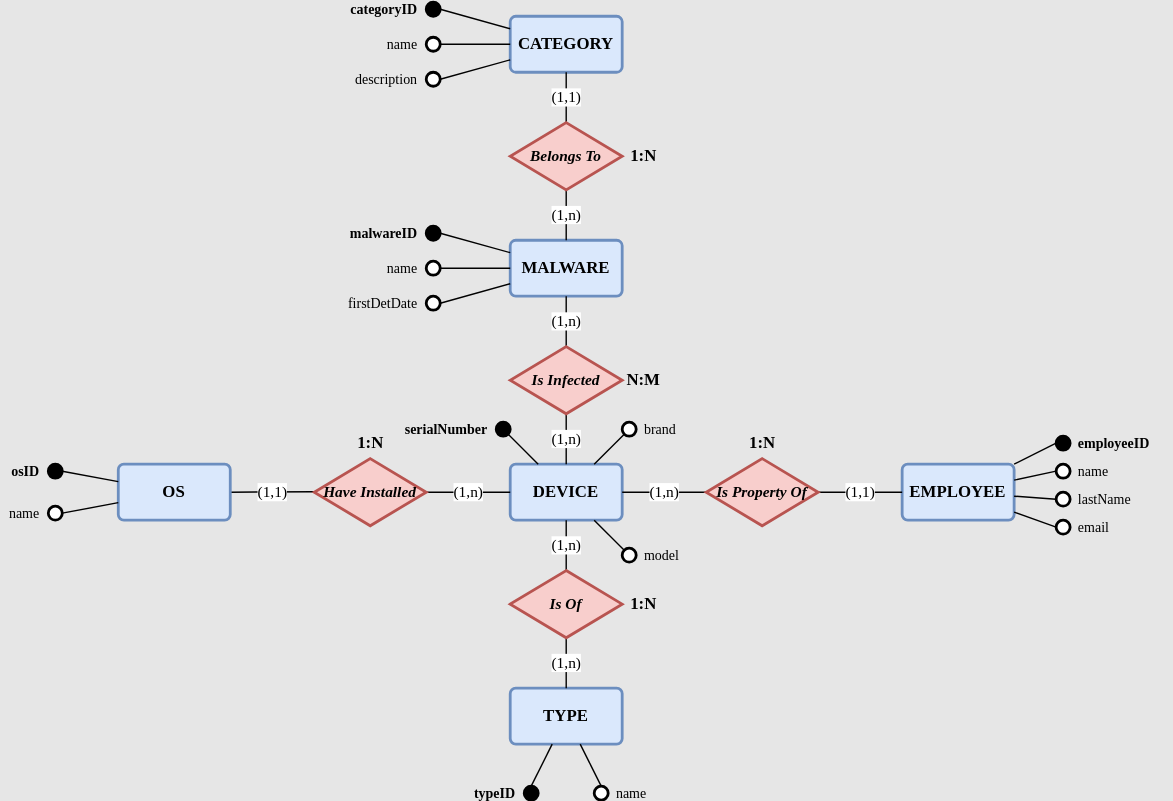
Earlier version of the draw.io export diagrams/E_R_model.drawio.svg (fco-veragua/managtInfDev). Source tidied: cells renumbered, new cells last; positions are measured from the earlier drawing's top-left corner, leaving out a move shared by most shapes. The source it was exported from:
```xml
<mxGraphModel background="#E6E6E6">
  <root>
    <mxCell id="0" />
    <mxCell id="1" parent="0" />
    <mxCell id="2" value="DEVICE" style="strokeWidth=2;rounded=1;arcSize=10;html=1;align=center;fontSize=12;shadow=0;glass=0;comic=0;fillColor=#dae8fc;whiteSpace=wrap;fontFamily=Verdana;strokeColor=#6c8ebf;fontStyle=1;" parent="1" vertex="1">
      <mxGeometry x="330" y="330" width="80" height="40" as="geometry" />
    </mxCell>
    <mxCell id="3" value="MALWARE" style="strokeWidth=2;rounded=1;arcSize=10;html=1;align=center;fontSize=12;shadow=0;glass=0;comic=0;fillColor=#dae8fc;whiteSpace=wrap;fontFamily=Verdana;strokeColor=#6c8ebf;fontStyle=1;" parent="1" vertex="1">
      <mxGeometry x="330" y="170" width="80" height="40" as="geometry" />
    </mxCell>
    <mxCell id="4" value="TYPE" style="strokeWidth=2;rounded=1;arcSize=10;html=1;align=center;fontSize=12;shadow=0;glass=0;comic=0;fillColor=#dae8fc;whiteSpace=wrap;fontFamily=Verdana;strokeColor=#6c8ebf;fontStyle=1;" parent="1" vertex="1">
      <mxGeometry x="330" y="490" width="80" height="40" as="geometry" />
    </mxCell>
    <mxCell id="5" value="(1,1)" style="edgeStyle=none;rounded=0;jettySize=auto;html=1;exitX=1;exitY=0.5;exitDx=0;exitDy=0;fontFamily=Verdana;endArrow=none;endFill=0;" parent="1" edge="1" source="6" target="14">
      <mxGeometry relative="1" as="geometry" />
    </mxCell>
    <mxCell id="6" value="OS" style="strokeWidth=2;rounded=1;arcSize=10;html=1;align=center;fontSize=12;shadow=0;glass=0;comic=0;fillColor=#dae8fc;whiteSpace=wrap;fontFamily=Verdana;strokeColor=#6c8ebf;fontStyle=1;" parent="1" vertex="1">
      <mxGeometry x="50" y="330" width="80" height="40" as="geometry" />
    </mxCell>
    <mxCell id="7" value="(1,n)" style="rounded=0;jettySize=auto;html=1;exitX=0.5;exitY=-0.1;exitDx=0;exitDy=0;exitPerimeter=0;fontFamily=Verdana;endArrow=none;endFill=0;" parent="1" edge="1" source="9" target="3">
      <mxGeometry relative="1" as="geometry" />
    </mxCell>
    <mxCell id="8" value="(1,n)" style="edgeStyle=none;rounded=0;jettySize=auto;html=1;fontFamily=Verdana;endArrow=none;endFill=0;" parent="1" edge="1" source="9" target="2">
      <mxGeometry relative="1" as="geometry" />
    </mxCell>
    <mxCell id="9" value="Is Infected" style="shape=(stored shape, 320 characters);whiteSpace=wrap;html=1;strokeWidth=2;fontSize=11;snapToPoint=1;fontFamily=Verdana;fontStyle=3;fillColor=#f8cecc;strokeColor=#b85450;" parent="1" vertex="1">
      <mxGeometry x="330" y="250" width="80" height="40" as="geometry" />
    </mxCell>
    <mxCell id="10" value="(1,n)" style="edgeStyle=none;rounded=0;jettySize=auto;html=1;exitX=0.5;exitY=-0.1;exitDx=0;exitDy=0;exitPerimeter=0;fontFamily=Verdana;endArrow=none;endFill=0;" parent="1" edge="1" source="12" target="2">
      <mxGeometry relative="1" as="geometry" />
    </mxCell>
    <mxCell id="11" value="(1,n)" style="edgeStyle=none;rounded=0;jettySize=auto;html=1;exitX=0.5;exitY=1.1;exitDx=0;exitDy=0;exitPerimeter=0;fontFamily=Verdana;endArrow=none;endFill=0;" parent="1" edge="1" source="12" target="4">
      <mxGeometry relative="1" as="geometry" />
    </mxCell>
    <mxCell id="12" value="Is Of" style="shape=(stored shape, 320 characters);whiteSpace=wrap;html=1;strokeWidth=2;fontSize=11;snapToPoint=1;fontFamily=Verdana;fontStyle=3;fillColor=#f8cecc;strokeColor=#b85450;" parent="1" vertex="1">
      <mxGeometry x="330" y="410" width="80" height="40" as="geometry" />
    </mxCell>
    <mxCell id="13" value="(1,n)" style="edgeStyle=none;rounded=0;jettySize=auto;html=1;exitX=1;exitY=0.5;exitDx=0;exitDy=0;exitPerimeter=0;fontFamily=Verdana;endArrow=none;endFill=0;" parent="1" edge="1" source="14" target="2">
      <mxGeometry relative="1" as="geometry" />
    </mxCell>
    <mxCell id="14" value="Have Installed" style="shape=(stored shape, 320 characters);whiteSpace=wrap;html=1;strokeWidth=2;fontSize=11;snapToPoint=1;fontFamily=Verdana;fillColor=#f8cecc;strokeColor=#b85450;fontStyle=3;" parent="1" vertex="1">
      <mxGeometry x="190" y="330" width="80" height="40" as="geometry" />
    </mxCell>
    <mxCell id="15" style="edgeStyle=none;rounded=0;jettySize=auto;html=1;exitX=1;exitY=1;exitDx=0;exitDy=0;fontFamily=Verdana;endArrow=none;endFill=0;" parent="1" edge="1" source="16" target="2">
      <mxGeometry relative="1" as="geometry" />
    </mxCell>
    <mxCell id="16" value="&lt;div style=&quot;text-align: left ; font-size: 10px&quot;&gt;serialNumber&lt;/div&gt;" style="ellipse;whiteSpace=wrap;html=1;align=right;spacingLeft=0;fillColor=#000000;shadow=0;glass=0;comic=1;verticalAlign=middle;horizontal=1;strokeWidth=2;fontSize=10;spacingRight=14;fontFamily=Verdana;fontStyle=1;" parent="1" vertex="1">
      <mxGeometry x="320" y="300" width="10" height="10" as="geometry" />
    </mxCell>
    <mxCell id="17" value="EMPLOYEE" style="strokeWidth=2;rounded=1;arcSize=10;html=1;align=center;fontSize=12;shadow=0;glass=0;comic=0;fillColor=#dae8fc;whiteSpace=wrap;fontFamily=Verdana;strokeColor=#6c8ebf;fontStyle=1;" parent="1" vertex="1">
      <mxGeometry x="610" y="330" width="80" height="40" as="geometry" />
    </mxCell>
    <mxCell id="18" value="(1,n)" style="edgeStyle=none;rounded=0;jettySize=auto;html=1;exitX=0;exitY=0.5;exitDx=0;exitDy=0;exitPerimeter=0;fontFamily=Verdana;endArrow=none;endFill=0;" parent="1" edge="1" source="20" target="2">
      <mxGeometry relative="1" as="geometry" />
    </mxCell>
    <mxCell id="19" value="(1,1)" style="edgeStyle=none;rounded=0;jettySize=auto;html=1;exitX=1;exitY=0.5;exitDx=0;exitDy=0;exitPerimeter=0;fontFamily=Verdana;endArrow=none;endFill=0;" parent="1" edge="1" source="20" target="17">
      <mxGeometry relative="1" as="geometry" />
    </mxCell>
    <mxCell id="20" value="Is Property Of" style="shape=(stored shape, 320 characters);whiteSpace=wrap;html=1;strokeWidth=2;fontSize=11;snapToPoint=1;fontFamily=Verdana;fontStyle=3;fillColor=#f8cecc;strokeColor=#b85450;" parent="1" vertex="1">
      <mxGeometry x="470" y="330" width="80" height="40" as="geometry" />
    </mxCell>
    <mxCell id="21" style="edgeStyle=none;rounded=0;jettySize=auto;html=1;exitX=0;exitY=1;exitDx=0;exitDy=0;fontFamily=Verdana;endArrow=none;endFill=0;" parent="1" edge="1" source="22" target="2">
      <mxGeometry relative="1" as="geometry" />
    </mxCell>
    <mxCell id="22" value="&lt;div style=&quot;text-align: left; font-size: 10px;&quot;&gt;&lt;span style=&quot;font-size: 10px;&quot;&gt;brand&lt;/span&gt;&lt;/div&gt;" style="ellipse;whiteSpace=wrap;html=1;align=left;spacingLeft=14;shadow=0;glass=0;comic=1;fillColor=#ffffff;verticalAlign=middle;horizontal=1;strokeWidth=2;fontSize=10;fontFamily=Verdana;fontStyle=0;" parent="1" vertex="1">
      <mxGeometry x="410" y="300" width="10" height="10" as="geometry" />
    </mxCell>
    <mxCell id="23" style="edgeStyle=none;rounded=0;jettySize=auto;html=1;exitX=0;exitY=0;exitDx=0;exitDy=0;fontFamily=Verdana;endArrow=none;endFill=0;" parent="1" edge="1" source="24" target="2">
      <mxGeometry relative="1" as="geometry" />
    </mxCell>
    <mxCell id="24" value="&lt;div style=&quot;text-align: left; font-size: 10px;&quot;&gt;&lt;span style=&quot;font-size: 10px;&quot;&gt;model&lt;/span&gt;&lt;/div&gt;" style="ellipse;whiteSpace=wrap;html=1;align=left;spacingLeft=14;shadow=0;glass=0;comic=1;fillColor=#ffffff;verticalAlign=middle;horizontal=1;strokeWidth=2;fontSize=10;fontFamily=Verdana;" parent="1" vertex="1">
      <mxGeometry x="410" y="390" width="10" height="10" as="geometry" />
    </mxCell>
    <mxCell id="25" value="CATEGORY" style="strokeWidth=2;rounded=1;arcSize=10;html=1;align=center;fontSize=12;shadow=0;glass=0;comic=0;fillColor=#dae8fc;whiteSpace=wrap;fontFamily=Verdana;strokeColor=#6c8ebf;fontStyle=1;" parent="1" vertex="1">
      <mxGeometry x="330" y="10" width="80" height="40" as="geometry" />
    </mxCell>
    <mxCell id="26" value="(1,n)" style="edgeStyle=none;rounded=0;jettySize=auto;html=1;exitX=0.5;exitY=1.1;exitDx=0;exitDy=0;exitPerimeter=0;fontFamily=Verdana;endArrow=none;endFill=0;" parent="1" edge="1" source="28" target="3">
      <mxGeometry relative="1" as="geometry" />
    </mxCell>
    <mxCell id="27" value="(1,1)" style="edgeStyle=none;rounded=0;jettySize=auto;html=1;exitX=0.5;exitY=-0.1;exitDx=0;exitDy=0;exitPerimeter=0;fontFamily=Verdana;endArrow=none;endFill=0;" parent="1" edge="1" source="28" target="25">
      <mxGeometry relative="1" as="geometry" />
    </mxCell>
    <mxCell id="28" value="Belongs To" style="shape=(stored shape, 320 characters);whiteSpace=wrap;html=1;strokeWidth=2;fontSize=11;snapToPoint=1;fontFamily=Verdana;fontStyle=3;fillColor=#f8cecc;strokeColor=#b85450;" parent="1" vertex="1">
      <mxGeometry x="330" y="90" width="80" height="40" as="geometry" />
    </mxCell>
    <mxCell id="29" style="edgeStyle=none;rounded=0;jettySize=auto;html=1;exitX=0.5;exitY=0;exitDx=0;exitDy=0;fontFamily=Verdana;endArrow=none;endFill=0;" parent="1" edge="1" source="30" target="4">
      <mxGeometry relative="1" as="geometry" />
    </mxCell>
    <mxCell id="30" value="&lt;div style=&quot;text-align: left ; font-size: 10px&quot;&gt;typeID&lt;/div&gt;" style="ellipse;whiteSpace=wrap;html=1;align=right;spacingLeft=0;fillColor=#000000;shadow=0;glass=0;comic=1;verticalAlign=middle;horizontal=1;strokeWidth=2;fontSize=10;spacingRight=14;fontFamily=Verdana;fontStyle=1;" parent="1" vertex="1">
      <mxGeometry x="340" y="560" width="10" height="10" as="geometry" />
    </mxCell>
    <mxCell id="31" style="edgeStyle=none;rounded=0;jettySize=auto;html=1;exitX=0.5;exitY=0;exitDx=0;exitDy=0;fontFamily=Verdana;endArrow=none;endFill=0;" parent="1" edge="1" source="32" target="4">
      <mxGeometry relative="1" as="geometry" />
    </mxCell>
    <mxCell id="32" value="&lt;div style=&quot;text-align: left; font-size: 10px;&quot;&gt;name&lt;/div&gt;" style="ellipse;whiteSpace=wrap;html=1;align=left;spacingLeft=14;shadow=0;glass=0;comic=1;fillColor=#ffffff;verticalAlign=middle;horizontal=1;strokeWidth=2;fontSize=10;fontFamily=Verdana;" parent="1" vertex="1">
      <mxGeometry x="390" y="560" width="10" height="10" as="geometry" />
    </mxCell>
    <mxCell id="33" style="edgeStyle=none;rounded=0;jettySize=auto;html=1;exitX=1;exitY=0.5;exitDx=0;exitDy=0;fontFamily=Verdana;endArrow=none;endFill=0;" parent="1" edge="1" source="34" target="6">
      <mxGeometry relative="1" as="geometry" />
    </mxCell>
    <mxCell id="34" value="&lt;div style=&quot;text-align: left ; font-size: 10px&quot;&gt;osID&lt;/div&gt;" style="ellipse;whiteSpace=wrap;html=1;align=right;spacingLeft=0;fillColor=#000000;shadow=0;glass=0;comic=1;verticalAlign=middle;horizontal=1;strokeWidth=2;fontSize=10;spacingRight=14;fontFamily=Verdana;fontStyle=1;" parent="1" vertex="1">
      <mxGeometry y="330" width="10" height="10" as="geometry" />
    </mxCell>
    <mxCell id="35" style="edgeStyle=none;rounded=0;jettySize=auto;html=1;exitX=1;exitY=0.5;exitDx=0;exitDy=0;fontFamily=Verdana;endArrow=none;endFill=0;" parent="1" edge="1" source="36" target="6">
      <mxGeometry relative="1" as="geometry" />
    </mxCell>
    <mxCell id="36" value="&lt;div style=&quot;text-align: left; font-size: 10px;&quot;&gt;&lt;span style=&quot;font-size: 10px;&quot;&gt;name&lt;/span&gt;&lt;/div&gt;" style="ellipse;whiteSpace=wrap;html=1;align=right;spacingLeft=0;shadow=0;glass=0;comic=1;fillColor=#ffffff;verticalAlign=middle;horizontal=1;strokeWidth=2;fontSize=10;spacingRight=14;fontFamily=Verdana;" parent="1" vertex="1">
      <mxGeometry y="360" width="10" height="10" as="geometry" />
    </mxCell>
    <mxCell id="37" style="edgeStyle=none;rounded=0;jettySize=auto;html=1;exitX=1;exitY=0.5;exitDx=0;exitDy=0;fontFamily=Verdana;endArrow=none;endFill=0;" parent="1" edge="1" source="38" target="3">
      <mxGeometry relative="1" as="geometry" />
    </mxCell>
    <mxCell id="38" value="&lt;div style=&quot;text-align: left ; font-size: 10px&quot;&gt;malwareID&lt;/div&gt;" style="ellipse;whiteSpace=wrap;html=1;align=right;spacingLeft=0;fillColor=#000000;shadow=0;glass=0;comic=1;verticalAlign=middle;horizontal=1;strokeWidth=2;fontSize=10;spacingRight=14;fontFamily=Verdana;fontStyle=1;" parent="1" vertex="1">
      <mxGeometry x="270" y="160" width="10" height="10" as="geometry" />
    </mxCell>
    <mxCell id="39" style="edgeStyle=none;rounded=0;jettySize=auto;html=1;exitX=1;exitY=0.5;exitDx=0;exitDy=0;fontFamily=Verdana;endArrow=none;endFill=0;" parent="1" edge="1" source="40" target="3">
      <mxGeometry relative="1" as="geometry" />
    </mxCell>
    <mxCell id="40" value="&lt;div style=&quot;text-align: left; font-size: 10px;&quot;&gt;&lt;span style=&quot;font-size: 10px;&quot;&gt;name&lt;/span&gt;&lt;/div&gt;" style="ellipse;whiteSpace=wrap;html=1;align=right;spacingLeft=0;shadow=0;glass=0;comic=1;fillColor=#ffffff;verticalAlign=middle;horizontal=1;strokeWidth=2;fontSize=10;spacingRight=14;fontFamily=Verdana;" parent="1" vertex="1">
      <mxGeometry x="270" y="185" width="10" height="10" as="geometry" />
    </mxCell>
    <mxCell id="41" style="edgeStyle=none;rounded=0;jettySize=auto;html=1;exitX=1;exitY=0.5;exitDx=0;exitDy=0;fontFamily=Verdana;endArrow=none;endFill=0;" parent="1" edge="1" source="42" target="3">
      <mxGeometry relative="1" as="geometry" />
    </mxCell>
    <mxCell id="42" value="&lt;div style=&quot;text-align: left; font-size: 10px;&quot;&gt;&lt;span style=&quot;font-size: 10px;&quot;&gt;firstDetDate&lt;/span&gt;&lt;/div&gt;" style="ellipse;whiteSpace=wrap;html=1;align=right;spacingLeft=0;shadow=0;glass=0;comic=1;fillColor=#ffffff;verticalAlign=middle;horizontal=1;strokeWidth=2;fontSize=10;spacingRight=14;fontFamily=Verdana;" parent="1" vertex="1">
      <mxGeometry x="270" y="210" width="10" height="10" as="geometry" />
    </mxCell>
    <mxCell id="43" style="edgeStyle=none;rounded=0;jettySize=auto;html=1;exitX=1;exitY=0.5;exitDx=0;exitDy=0;fontFamily=Verdana;endArrow=none;endFill=0;" parent="1" edge="1" source="44" target="25">
      <mxGeometry relative="1" as="geometry" />
    </mxCell>
    <mxCell id="44" value="&lt;div style=&quot;text-align: left ; font-size: 10px&quot;&gt;categoryID&lt;/div&gt;" style="ellipse;whiteSpace=wrap;html=1;align=right;spacingLeft=0;fillColor=#000000;shadow=0;glass=0;comic=1;verticalAlign=middle;horizontal=1;strokeWidth=2;fontSize=10;spacingRight=14;fontFamily=Verdana;fontStyle=1;" parent="1" vertex="1">
      <mxGeometry x="270" width="10" height="10" as="geometry" />
    </mxCell>
    <mxCell id="45" style="edgeStyle=none;rounded=0;jettySize=auto;html=1;exitX=1;exitY=0.5;exitDx=0;exitDy=0;fontFamily=Verdana;endArrow=none;endFill=0;" parent="1" edge="1" source="46" target="25">
      <mxGeometry relative="1" as="geometry" />
    </mxCell>
    <mxCell id="46" value="&lt;div style=&quot;text-align: left; font-size: 10px;&quot;&gt;&lt;span style=&quot;font-size: 10px;&quot;&gt;name&lt;/span&gt;&lt;/div&gt;" style="ellipse;whiteSpace=wrap;html=1;align=right;spacingLeft=0;shadow=0;glass=0;comic=1;fillColor=#ffffff;verticalAlign=middle;horizontal=1;strokeWidth=2;fontSize=10;spacingRight=14;fontFamily=Verdana;" parent="1" vertex="1">
      <mxGeometry x="270" y="25" width="10" height="10" as="geometry" />
    </mxCell>
    <mxCell id="47" style="edgeStyle=none;rounded=0;jettySize=auto;html=1;exitX=1;exitY=0.5;exitDx=0;exitDy=0;fontFamily=Verdana;endArrow=none;endFill=0;" parent="1" edge="1" source="48" target="25">
      <mxGeometry relative="1" as="geometry" />
    </mxCell>
    <mxCell id="48" value="&lt;div style=&quot;text-align: left; font-size: 10px;&quot;&gt;description&lt;/div&gt;" style="ellipse;whiteSpace=wrap;html=1;align=right;spacingLeft=0;shadow=0;glass=0;comic=1;fillColor=#ffffff;verticalAlign=middle;horizontal=1;strokeWidth=2;fontSize=10;spacingRight=14;fontFamily=Verdana;" parent="1" vertex="1">
      <mxGeometry x="270" y="50" width="10" height="10" as="geometry" />
    </mxCell>
    <mxCell id="49" style="edgeStyle=none;rounded=0;jettySize=auto;html=1;exitX=0;exitY=0.5;exitDx=0;exitDy=0;fontFamily=Verdana;endArrow=none;endFill=0;" parent="1" edge="1" source="50" target="17">
      <mxGeometry relative="1" as="geometry" />
    </mxCell>
    <mxCell id="50" value="&lt;div style=&quot;text-align: left ; font-size: 10px&quot;&gt;&lt;span style=&quot;font-size: 10px&quot;&gt;&lt;b&gt;employeeID&lt;/b&gt;&lt;/span&gt;&lt;/div&gt;" style="ellipse;whiteSpace=wrap;html=1;align=left;spacingLeft=14;fillColor=#000000;shadow=0;glass=0;comic=1;verticalAlign=middle;horizontal=1;strokeWidth=2;fontSize=10;fontFamily=Verdana;" parent="1" vertex="1">
      <mxGeometry x="720" y="310" width="10" height="10" as="geometry" />
    </mxCell>
    <mxCell id="51" style="edgeStyle=none;rounded=0;jettySize=auto;html=1;exitX=0;exitY=0.5;exitDx=0;exitDy=0;fontFamily=Verdana;endArrow=none;endFill=0;" parent="1" edge="1" source="52" target="17">
      <mxGeometry relative="1" as="geometry" />
    </mxCell>
    <mxCell id="52" value="&lt;div style=&quot;text-align: left; font-size: 10px;&quot;&gt;name&lt;/div&gt;" style="ellipse;whiteSpace=wrap;html=1;align=left;spacingLeft=14;shadow=0;glass=0;comic=1;fillColor=#ffffff;verticalAlign=middle;horizontal=1;strokeWidth=2;fontSize=10;fontFamily=Verdana;" parent="1" vertex="1">
      <mxGeometry x="720" y="330" width="10" height="10" as="geometry" />
    </mxCell>
    <mxCell id="53" style="edgeStyle=none;rounded=0;jettySize=auto;html=1;exitX=0;exitY=0.5;exitDx=0;exitDy=0;fontFamily=Verdana;endArrow=none;endFill=0;" parent="1" edge="1" source="54" target="17">
      <mxGeometry relative="1" as="geometry" />
    </mxCell>
    <mxCell id="54" value="&lt;div style=&quot;text-align: left; font-size: 10px;&quot;&gt;lastName&lt;/div&gt;" style="ellipse;whiteSpace=wrap;html=1;align=left;spacingLeft=14;shadow=0;glass=0;comic=1;fillColor=#ffffff;verticalAlign=middle;horizontal=1;strokeWidth=2;fontSize=10;fontFamily=Verdana;" parent="1" vertex="1">
      <mxGeometry x="720" y="350" width="10" height="10" as="geometry" />
    </mxCell>
    <mxCell id="55" style="edgeStyle=none;rounded=0;jettySize=auto;html=1;exitX=0;exitY=0.5;exitDx=0;exitDy=0;fontFamily=Verdana;endArrow=none;endFill=0;" parent="1" edge="1" source="56" target="17">
      <mxGeometry relative="1" as="geometry" />
    </mxCell>
    <mxCell id="56" value="&lt;div style=&quot;text-align: left; font-size: 10px;&quot;&gt;email&lt;/div&gt;" style="ellipse;whiteSpace=wrap;html=1;align=left;spacingLeft=14;shadow=0;glass=0;comic=1;fillColor=#ffffff;verticalAlign=middle;horizontal=1;strokeWidth=2;fontSize=10;fontFamily=Verdana;" parent="1" vertex="1">
      <mxGeometry x="720" y="370" width="10" height="10" as="geometry" />
    </mxCell>
    <mxCell id="57" value="1:N" style="text;html=1;align=center;verticalAlign=middle;strokeColor=none;fillColor=none;fontFamily=Verdana;fontStyle=1;" parent="1" vertex="1">
      <mxGeometry x="210" y="305" width="40" height="20" as="geometry" />
    </mxCell>
    <mxCell id="58" value="1:N" style="text;html=1;align=center;verticalAlign=middle;strokeColor=none;fillColor=none;fontFamily=Verdana;fontStyle=1;" parent="1" vertex="1">
      <mxGeometry x="405" y="420" width="40" height="20" as="geometry" />
    </mxCell>
    <mxCell id="59" value="&lt;b&gt;1:N&lt;/b&gt;" style="text;html=1;align=center;verticalAlign=middle;strokeColor=none;fillColor=none;fontFamily=Verdana;" parent="1" vertex="1">
      <mxGeometry x="490" y="305" width="40" height="20" as="geometry" />
    </mxCell>
    <mxCell id="60" value="&lt;b&gt;N:M&lt;/b&gt;" style="text;html=1;align=center;verticalAlign=middle;strokeColor=none;fillColor=none;fontFamily=Verdana;" parent="1" vertex="1">
      <mxGeometry x="405" y="260" width="40" height="20" as="geometry" />
    </mxCell>
    <mxCell id="61" value="&lt;b&gt;1:N&lt;/b&gt;" style="text;html=1;align=center;verticalAlign=middle;strokeColor=none;fillColor=none;fontFamily=Verdana;" parent="1" vertex="1">
      <mxGeometry x="405" y="100" width="40" height="20" as="geometry" />
    </mxCell>
  </root>
</mxGraphModel>
```
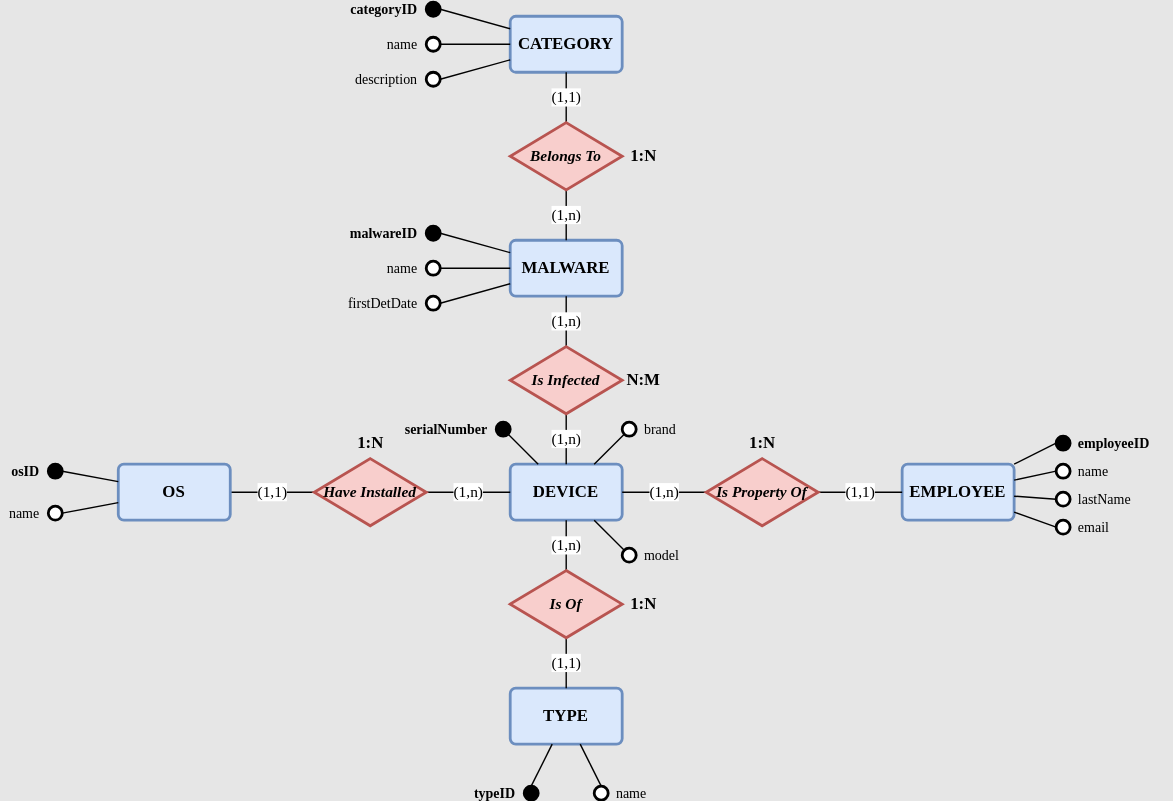
After the commit.

The edit, as a diff of the source:
```diff
@@ -29,7 +29,7 @@
     <mxCell id="10" value="(1,n)" style="edgeStyle=none;rounded=0;jettySize=auto;html=1;exitX=0.5;exitY=-0.1;exitDx=0;exitDy=0;exitPerimeter=0;fontFamily=Verdana;endArrow=none;endFill=0;" parent="1" edge="1" source="12" target="2">
       <mxGeometry relative="1" as="geometry" />
     </mxCell>
-    <mxCell id="11" value="(1,n)" style="edgeStyle=none;rounded=0;jettySize=auto;html=1;exitX=0.5;exitY=1.1;exitDx=0;exitDy=0;exitPerimeter=0;fontFamily=Verdana;endArrow=none;endFill=0;" parent="1" edge="1" source="12" target="4">
+    <mxCell id="11" value="(1,1)" style="edgeStyle=none;rounded=0;jettySize=auto;html=1;exitX=0.5;exitY=1.1;exitDx=0;exitDy=0;exitPerimeter=0;fontFamily=Verdana;endArrow=none;endFill=0;" parent="1" edge="1" source="12" target="4">
       <mxGeometry relative="1" as="geometry" />
     </mxCell>
     <mxCell id="12" value="Is Of" style="shape=(stored shape, 320 characters);whiteSpace=wrap;html=1;strokeWidth=2;fontSize=11;snapToPoint=1;fontFamily=Verdana;fontStyle=3;fillColor=#f8cecc;strokeColor=#b85450;" parent="1" vertex="1">
```
